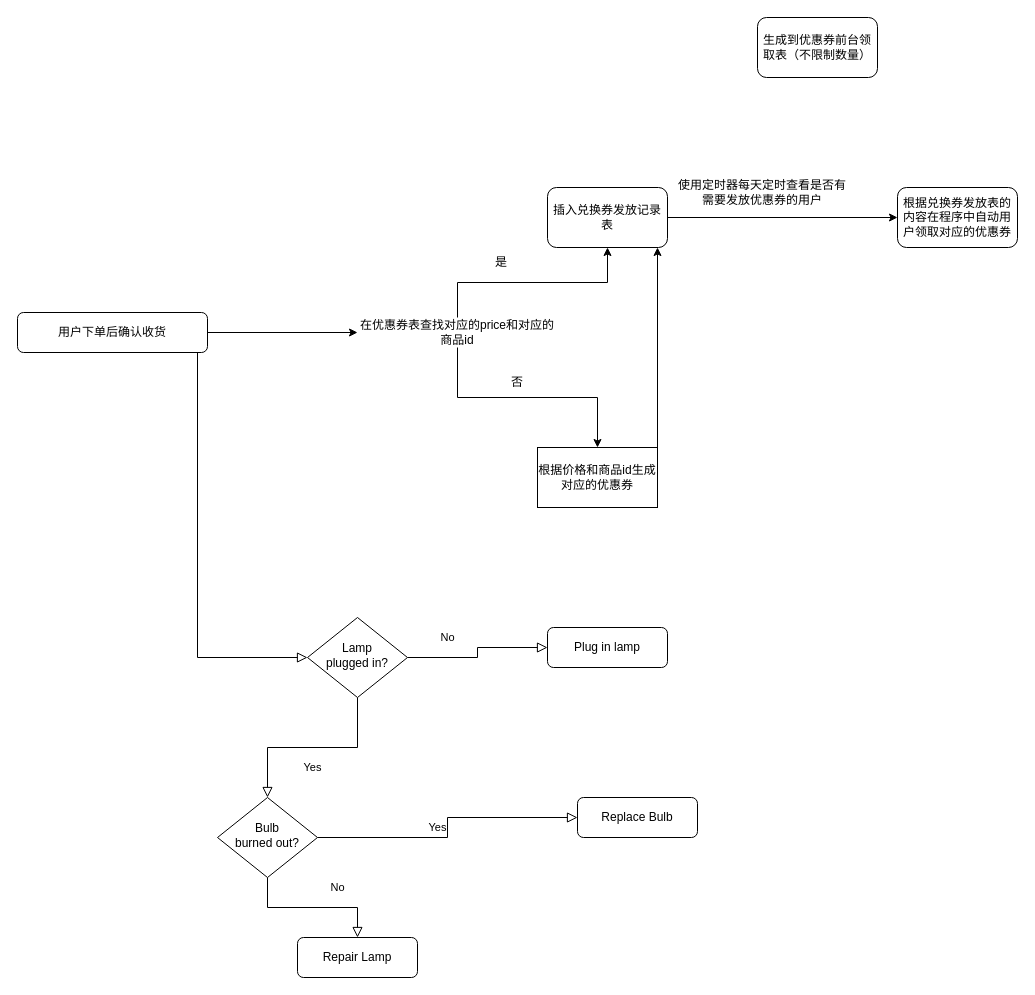
Before: src/买一送十二.drawio in lijiajiegithub/flowChart, a draw.io diagram. Source tidied: cells renumbered, new cells numbered last; positions are measured from the earlier drawing's top-left corner, leaving out a move shared by most shapes. Both pictures are drawn from the tidied source at 100%, with x=0, y=0 at pixel (17, 17).
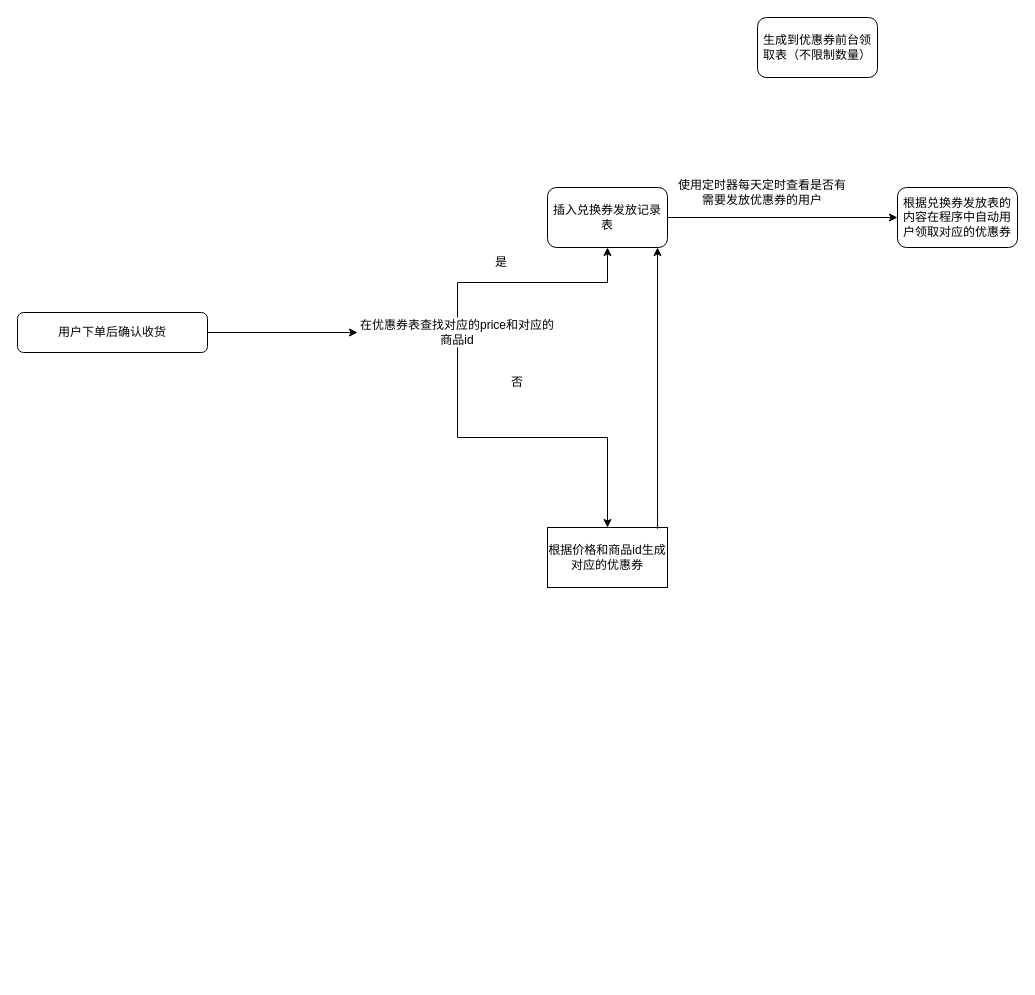
The same page after the edit.

Commit message:
更新买一送十二.drawio

Unchanged cells that the change refers to:
```xml
<mxCell id="4" value="用户下单后确认收货" style="rounded=1;whiteSpace=wrap;html=1;fontSize=12;glass=0;strokeWidth=1;shadow=0;" parent="1" vertex="1">
  <mxGeometry y="295" width="190" height="40" as="geometry" />
</mxCell>
```

What changed in the source:
```diff
@@
-    <mxCell id="2" style="rounded=0;html=1;jettySize=auto;fontSize=11;endArrow=block;endFill=0;endSize=8;strokeWidth=1;shadow=0;labelBackgroundColor=none;edgeStyle=orthogonalEdgeStyle;" parent="1" edge="1" source="4" target="7">
-      <mxGeometry relative="1" as="geometry">
-        <Array as="points">
-          <mxPoint x="180" y="640" />
-        </Array>
-      </mxGeometry>
-    </mxCell>
@@
-    <mxCell id="5" value="Yes" style="rounded=0;html=1;jettySize=auto;fontSize=11;endArrow=block;endFill=0;endSize=8;strokeWidth=1;shadow=0;labelBackgroundColor=none;edgeStyle=orthogonalEdgeStyle;" parent="1" edge="1" source="7" target="11">
-      <mxGeometry y="20" relative="1" as="geometry" />
-    </mxCell>
-    <mxCell id="6" value="No" style="edgeStyle=orthogonalEdgeStyle;rounded=0;html=1;jettySize=auto;fontSize=11;endArrow=block;endFill=0;endSize=8;strokeWidth=1;shadow=0;labelBackgroundColor=none;" parent="1" edge="1" source="7" target="8">
-      <mxGeometry x="-0.47" y="20" relative="1" as="geometry" />
-    </mxCell>
-    <mxCell id="7" value="Lamp&lt;br&gt;plugged in?" style="rhombus;whiteSpace=wrap;html=1;shadow=0;fontFamily=Helvetica;fontSize=12;align=center;strokeWidth=1;spacing=6;spacingTop=-4;" parent="1" vertex="1">
-      <mxGeometry x="290" y="600" width="100" height="80" as="geometry" />
-    </mxCell>
-    <mxCell id="8" value="Plug in lamp" style="rounded=1;whiteSpace=wrap;html=1;fontSize=12;glass=0;strokeWidth=1;shadow=0;" parent="1" vertex="1">
-      <mxGeometry x="530" y="610" width="120" height="40" as="geometry" />
-    </mxCell>
-    <mxCell id="9" value="No" style="rounded=0;html=1;jettySize=auto;fontSize=11;endArrow=block;endFill=0;endSize=8;strokeWidth=1;shadow=0;labelBackgroundColor=none;edgeStyle=orthogonalEdgeStyle;" parent="1" edge="1" source="11" target="12">
-      <mxGeometry x="0.33" y="20" relative="1" as="geometry" />
-    </mxCell>
-    <mxCell id="10" value="Yes" style="edgeStyle=orthogonalEdgeStyle;rounded=0;html=1;jettySize=auto;fontSize=11;endArrow=block;endFill=0;endSize=8;strokeWidth=1;shadow=0;labelBackgroundColor=none;" parent="1" edge="1" source="11" target="13">
-      <mxGeometry y="10" relative="1" as="geometry" />
-    </mxCell>
-    <mxCell id="11" value="Bulb&lt;br&gt;burned out?" style="rhombus;whiteSpace=wrap;html=1;shadow=0;fontFamily=Helvetica;fontSize=12;align=center;strokeWidth=1;spacing=6;spacingTop=-4;" parent="1" vertex="1">
-      <mxGeometry x="200" y="780" width="100" height="80" as="geometry" />
-    </mxCell>
-    <mxCell id="12" value="Repair Lamp" style="rounded=1;whiteSpace=wrap;html=1;fontSize=12;glass=0;strokeWidth=1;shadow=0;" parent="1" vertex="1">
-      <mxGeometry x="280" y="920" width="120" height="40" as="geometry" />
-    </mxCell>
-    <mxCell id="13" value="Replace Bulb" style="rounded=1;whiteSpace=wrap;html=1;fontSize=12;glass=0;strokeWidth=1;shadow=0;" parent="1" vertex="1">
-      <mxGeometry x="560" y="780" width="120" height="40" as="geometry" />
-    </mxCell>
@@
     <mxCell id="19" value="根据价格和商品id生成对应的优惠券" style="whiteSpace=wrap;html=1;" parent="1" vertex="1">
-      <mxGeometry x="520" y="430" width="120" height="60" as="geometry" />
+      <mxGeometry x="530" y="510" width="120" height="60" as="geometry" />
     </mxCell>
@@
-    <mxCell id="22" style="edgeStyle=none;orthogonalLoop=1;jettySize=auto;html=1;rounded=0;" parent="1" edge="1">
+    <mxCell id="22" style="edgeStyle=none;jettySize=auto;html=1;rounded=0;exitX=0.917;exitY=0.021;exitDx=0;exitDy=0;exitPerimeter=0;" parent="1" edge="1" source="19">
       <mxGeometry relative="1" as="geometry">
-        <mxPoint x="640" y="430" as="sourcePoint" />
         <mxPoint x="640" y="230" as="targetPoint" />
       </mxGeometry>
     </mxCell>
```
